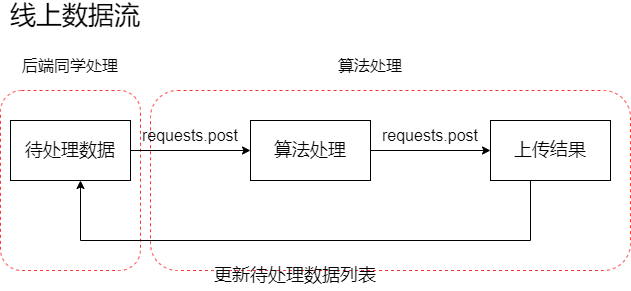
The draw.io diagram 线上数据流.drawio.png in Linranran/my_images, before a commit. Source tidied: cells renumbered, new cells last; positions are measured from the earlier drawing's top-left corner, leaving out a move shared by most shapes.
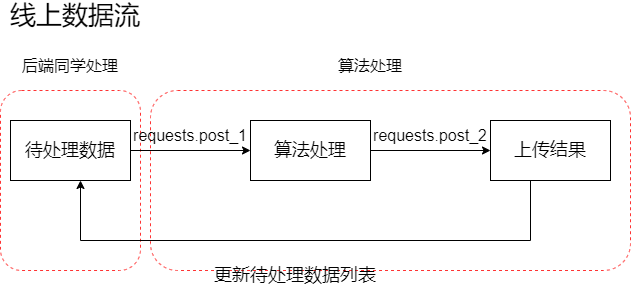
After the commit.

Commit message:
Update 线上数据流.drawio.png

Diff of the diagram source:
```diff
@@ -35,10 +35,10 @@
     <mxCell id="10" value="更新待处理数据列表" style="text;html=1;strokeColor=none;fillColor=none;align=center;verticalAlign=middle;whiteSpace=wrap;rounded=0;fontSize=18;" parent="1" vertex="1">
       <mxGeometry x="210" y="260" width="170" height="30" as="geometry" />
     </mxCell>
-    <mxCell id="11" value="&lt;font style=&quot;font-size: 16px&quot;&gt;requests.post&lt;/font&gt;" style="text;html=1;strokeColor=none;fillColor=none;align=center;verticalAlign=middle;whiteSpace=wrap;rounded=0;fontSize=18;" parent="1" vertex="1">
+    <mxCell id="11" value="&lt;font style=&quot;font-size: 16px&quot;&gt;requests.post_1&lt;/font&gt;" style="text;html=1;strokeColor=none;fillColor=none;align=center;verticalAlign=middle;whiteSpace=wrap;rounded=0;fontSize=18;" parent="1" vertex="1">
       <mxGeometry x="160" y="120" width="60" height="30" as="geometry" />
     </mxCell>
-    <mxCell id="12" value="&lt;font style=&quot;font-size: 16px&quot;&gt;requests.post&lt;/font&gt;" style="text;html=1;strokeColor=none;fillColor=none;align=center;verticalAlign=middle;whiteSpace=wrap;rounded=0;fontSize=18;" parent="1" vertex="1">
+    <mxCell id="12" value="&lt;font style=&quot;font-size: 16px&quot;&gt;requests.post_2&lt;/font&gt;" style="text;html=1;strokeColor=none;fillColor=none;align=center;verticalAlign=middle;whiteSpace=wrap;rounded=0;fontSize=18;" parent="1" vertex="1">
       <mxGeometry x="400" y="120" width="60" height="30" as="geometry" />
     </mxCell>
     <mxCell id="13" value="&lt;span style=&quot;font-size: 16px&quot;&gt;后端同学处理&lt;/span&gt;" style="text;html=1;strokeColor=none;fillColor=none;align=center;verticalAlign=middle;whiteSpace=wrap;rounded=0;fontSize=18;" parent="1" vertex="1">
```
